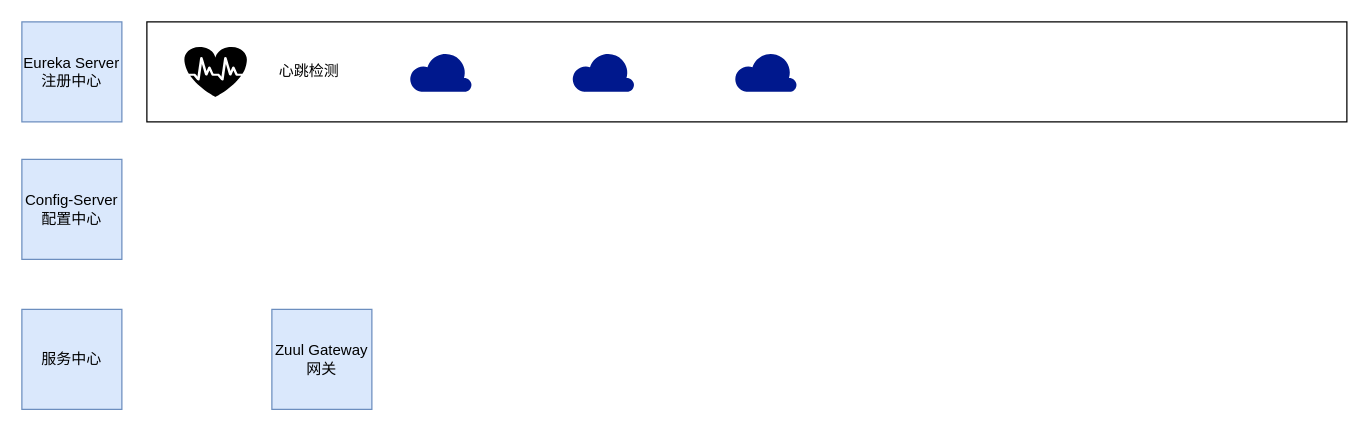
Earlier version of the draw.io diagram Untitled Diagram.drawio (VanShell/xufan). Source tidied: cells renumbered, new cells numbered last; positions are measured from the earlier drawing's top-left corner, leaving out a move shared by most shapes. Both pictures are drawn from the tidied source at 125%, with x=0, y=0 at pixel (21, 21).
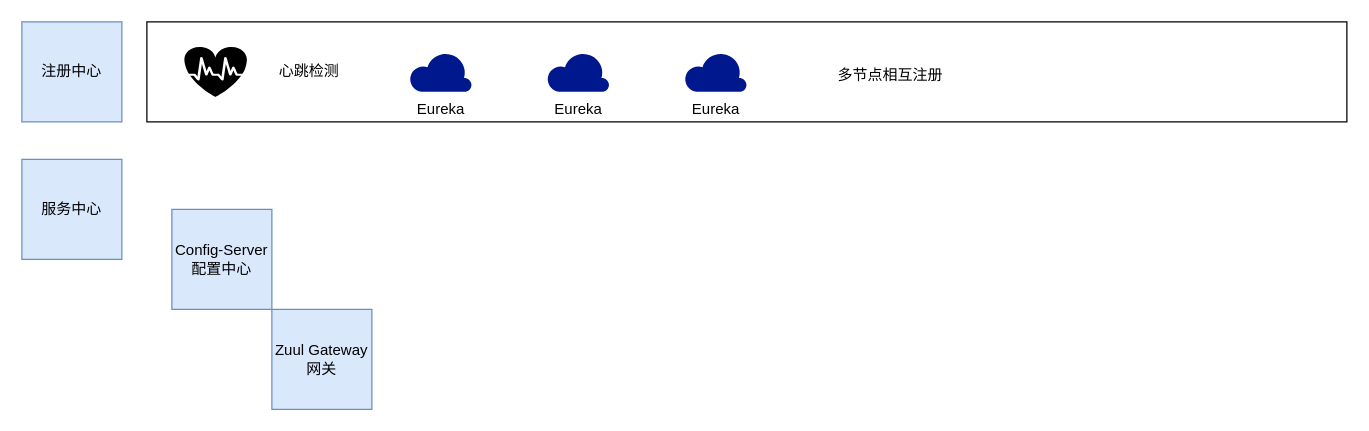
Above is the later version.

Diff of the diagram source:
```diff
@@
 <mxGraphModel background="#ffffff">
   <root>
     <mxCell id="0" />
     <mxCell id="1" parent="0" />
-    <mxCell id="2" value="Eureka Server注册中心" style="whiteSpace=wrap;html=1;fillColor=#dae8fc;strokeColor=#6c8ebf;" parent="1" vertex="1">
+    <mxCell id="2" value="注册中心" style="whiteSpace=wrap;html=1;fillColor=#dae8fc;strokeColor=#6c8ebf;" parent="1" vertex="1">
       <mxGeometry width="80" height="80" as="geometry" />
     </mxCell>
     <mxCell id="3" value="Config-Server配置中心" style="whiteSpace=wrap;html=1;fillColor=#dae8fc;strokeColor=#6c8ebf;" parent="1" vertex="1">
-      <mxGeometry y="110" width="80" height="80" as="geometry" />
+      <mxGeometry x="120" y="150" width="80" height="80" as="geometry" />
     </mxCell>
     <mxCell id="4" value="Zuul Gateway网关" style="whiteSpace=wrap;html=1;fillColor=#dae8fc;strokeColor=#6c8ebf;" parent="1" vertex="1">
       <mxGeometry x="200" y="230" width="80" height="80" as="geometry" />
     </mxCell>
     <mxCell id="5" value="服务中心" style="whiteSpace=wrap;html=1;fillColor=#dae8fc;strokeColor=#6c8ebf;" parent="1" vertex="1">
-      <mxGeometry y="230" width="80" height="80" as="geometry" />
+      <mxGeometry y="110" width="80" height="80" as="geometry" />
     </mxCell>
     <mxCell id="6" style="rounded=0;whiteSpace=wrap;html=1;" parent="1" vertex="1">
       <mxGeometry x="100" width="960" height="80" as="geometry" />
     </mxCell>
     <mxCell id="7" style="shape=mxgraph.signs.healthcare.cardiology;html=1;fillColor=#000000;strokeColor=none;verticalLabelPosition=bottom;verticalAlign=top;align=center;" parent="1" vertex="1">
       <mxGeometry x="130" y="20" width="50" height="40" as="geometry" />
     </mxCell>
     <mxCell id="8" value="心跳检测" style="text;html=1;strokeColor=none;fillColor=none;align=center;verticalAlign=middle;whiteSpace=wrap;rounded=0;" parent="1" vertex="1">
       <mxGeometry x="200" y="30" width="60" height="20" as="geometry" />
     </mxCell>
-    <mxCell id="9" style="shadow=0;html=1;labelPosition=center;verticalLabelPosition=bottom;verticalAlign=top;align=center;fillColor=#00188D;shape=mxgraph.azure.cloud;strokeColor=none;perimeterSpacing=1;" parent="1" vertex="1">
+    <mxCell id="9" value="Eureka" style="shadow=0;html=1;labelPosition=center;verticalLabelPosition=bottom;verticalAlign=top;align=center;fillColor=#00188D;shape=mxgraph.azure.cloud;strokeColor=none;perimeterSpacing=1;" parent="1" vertex="1">
       <mxGeometry x="310" y="24" width="50" height="32" as="geometry" />
     </mxCell>
-    <mxCell id="10" style="shadow=0;html=1;labelPosition=center;verticalLabelPosition=bottom;verticalAlign=top;align=center;fillColor=#00188D;shape=mxgraph.azure.cloud;strokeColor=none;perimeterSpacing=1;" parent="1" vertex="1">
-      <mxGeometry x="440" y="24" width="50" height="32" as="geometry" />
-    </mxCell>
-    <mxCell id="11" style="shadow=0;html=1;labelPosition=center;verticalLabelPosition=bottom;verticalAlign=top;align=center;fillColor=#00188D;shape=mxgraph.azure.cloud;strokeColor=none;perimeterSpacing=1;" parent="1" vertex="1">
-      <mxGeometry x="570" y="24" width="50" height="32" as="geometry" />
-    </mxCell>
+    <mxCell id="12" value="多节点相互注册" style="text;html=1;strokeColor=none;fillColor=none;align=center;verticalAlign=middle;whiteSpace=wrap;rounded=0;" parent="1" vertex="1">
+      <mxGeometry x="650" y="30" width="90" height="26" as="geometry" />
+    </mxCell>
+    <mxCell id="13" value="Eureka" style="shadow=0;html=1;labelPosition=center;verticalLabelPosition=bottom;verticalAlign=top;align=center;fillColor=#00188D;shape=mxgraph.azure.cloud;strokeColor=none;perimeterSpacing=1;" parent="1" vertex="1">
+      <mxGeometry x="530" y="24" width="50" height="32" as="geometry" />
+    </mxCell>
+    <mxCell id="14" value="Eureka" style="shadow=0;html=1;labelPosition=center;verticalLabelPosition=bottom;verticalAlign=top;align=center;fillColor=#00188D;shape=mxgraph.azure.cloud;strokeColor=none;perimeterSpacing=1;" parent="1" vertex="1">
+      <mxGeometry x="420" y="24" width="50" height="32" as="geometry" />
+    </mxCell>
   </root>
 </mxGraphModel>
```
